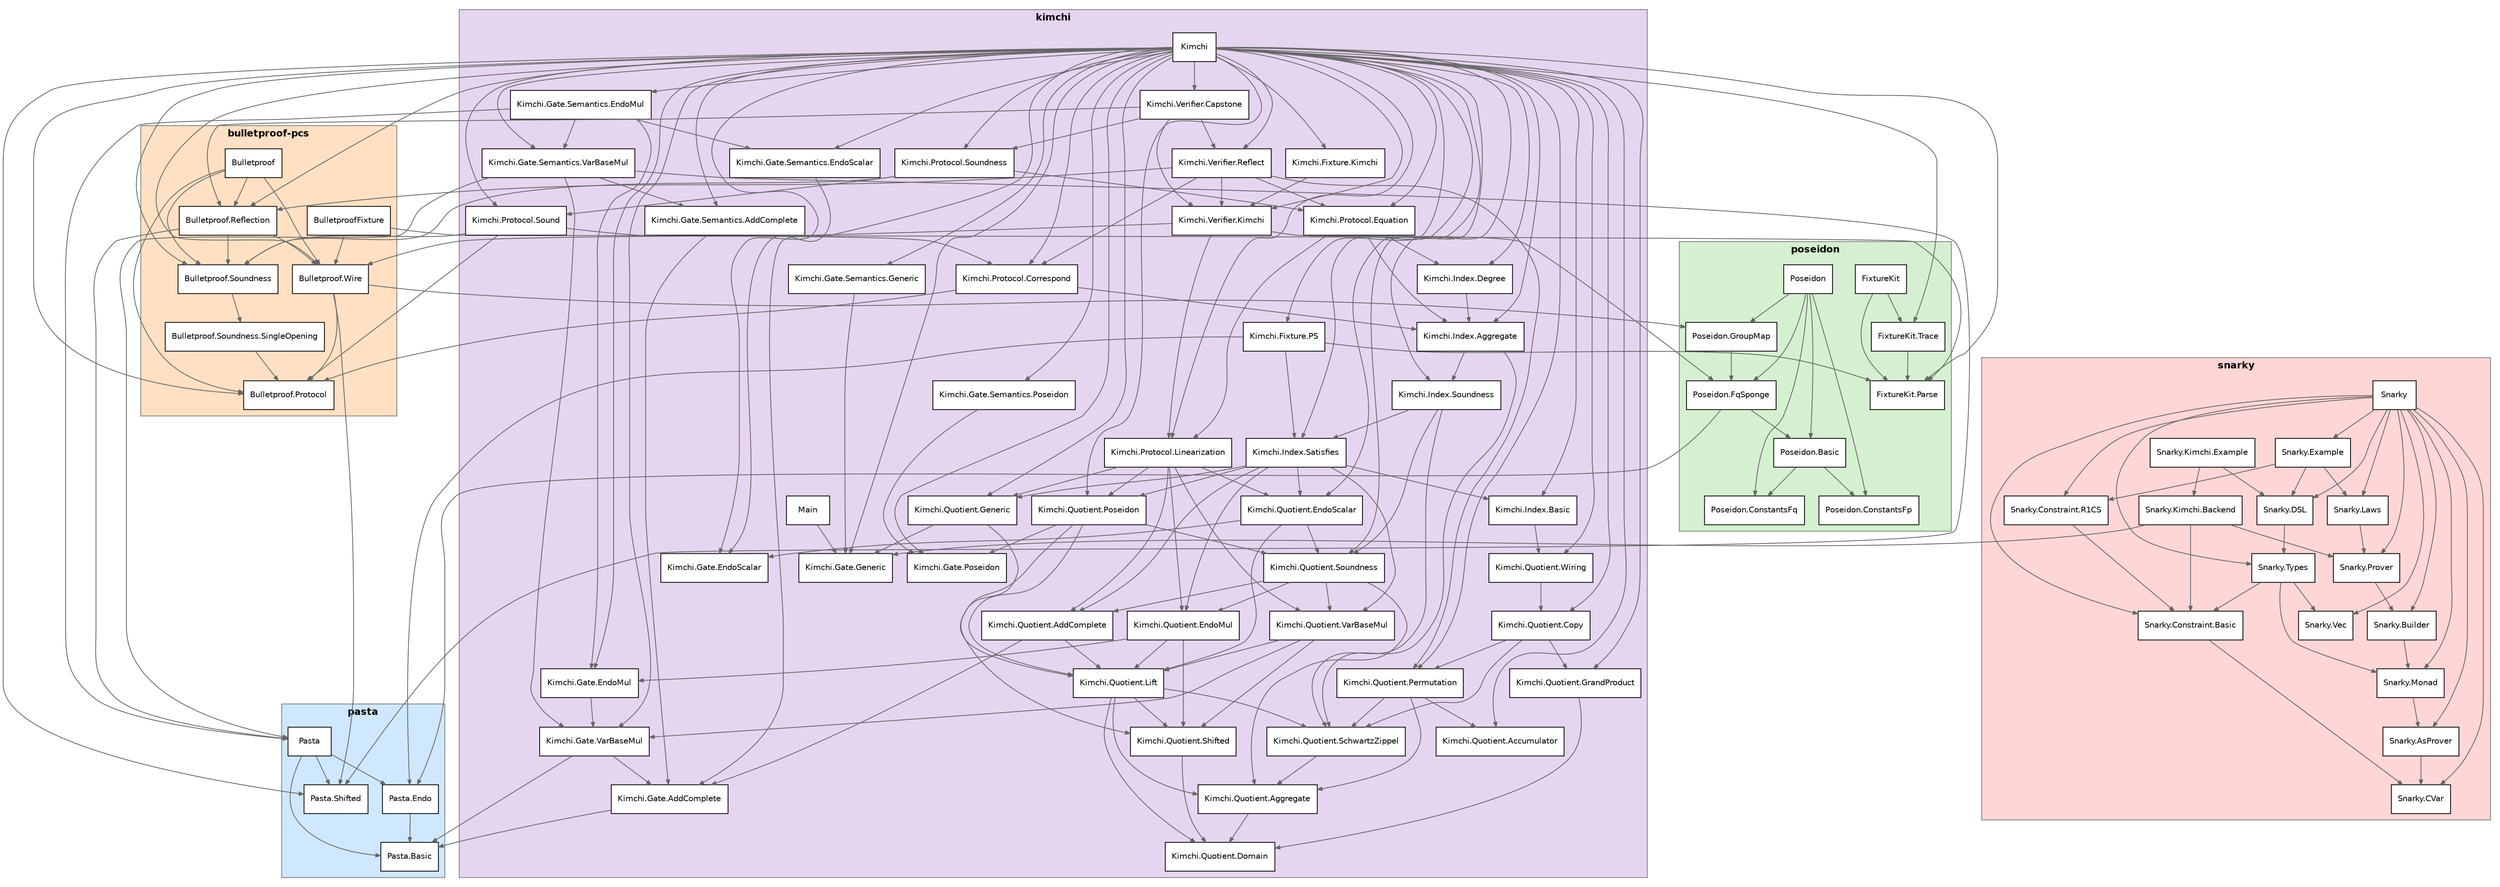
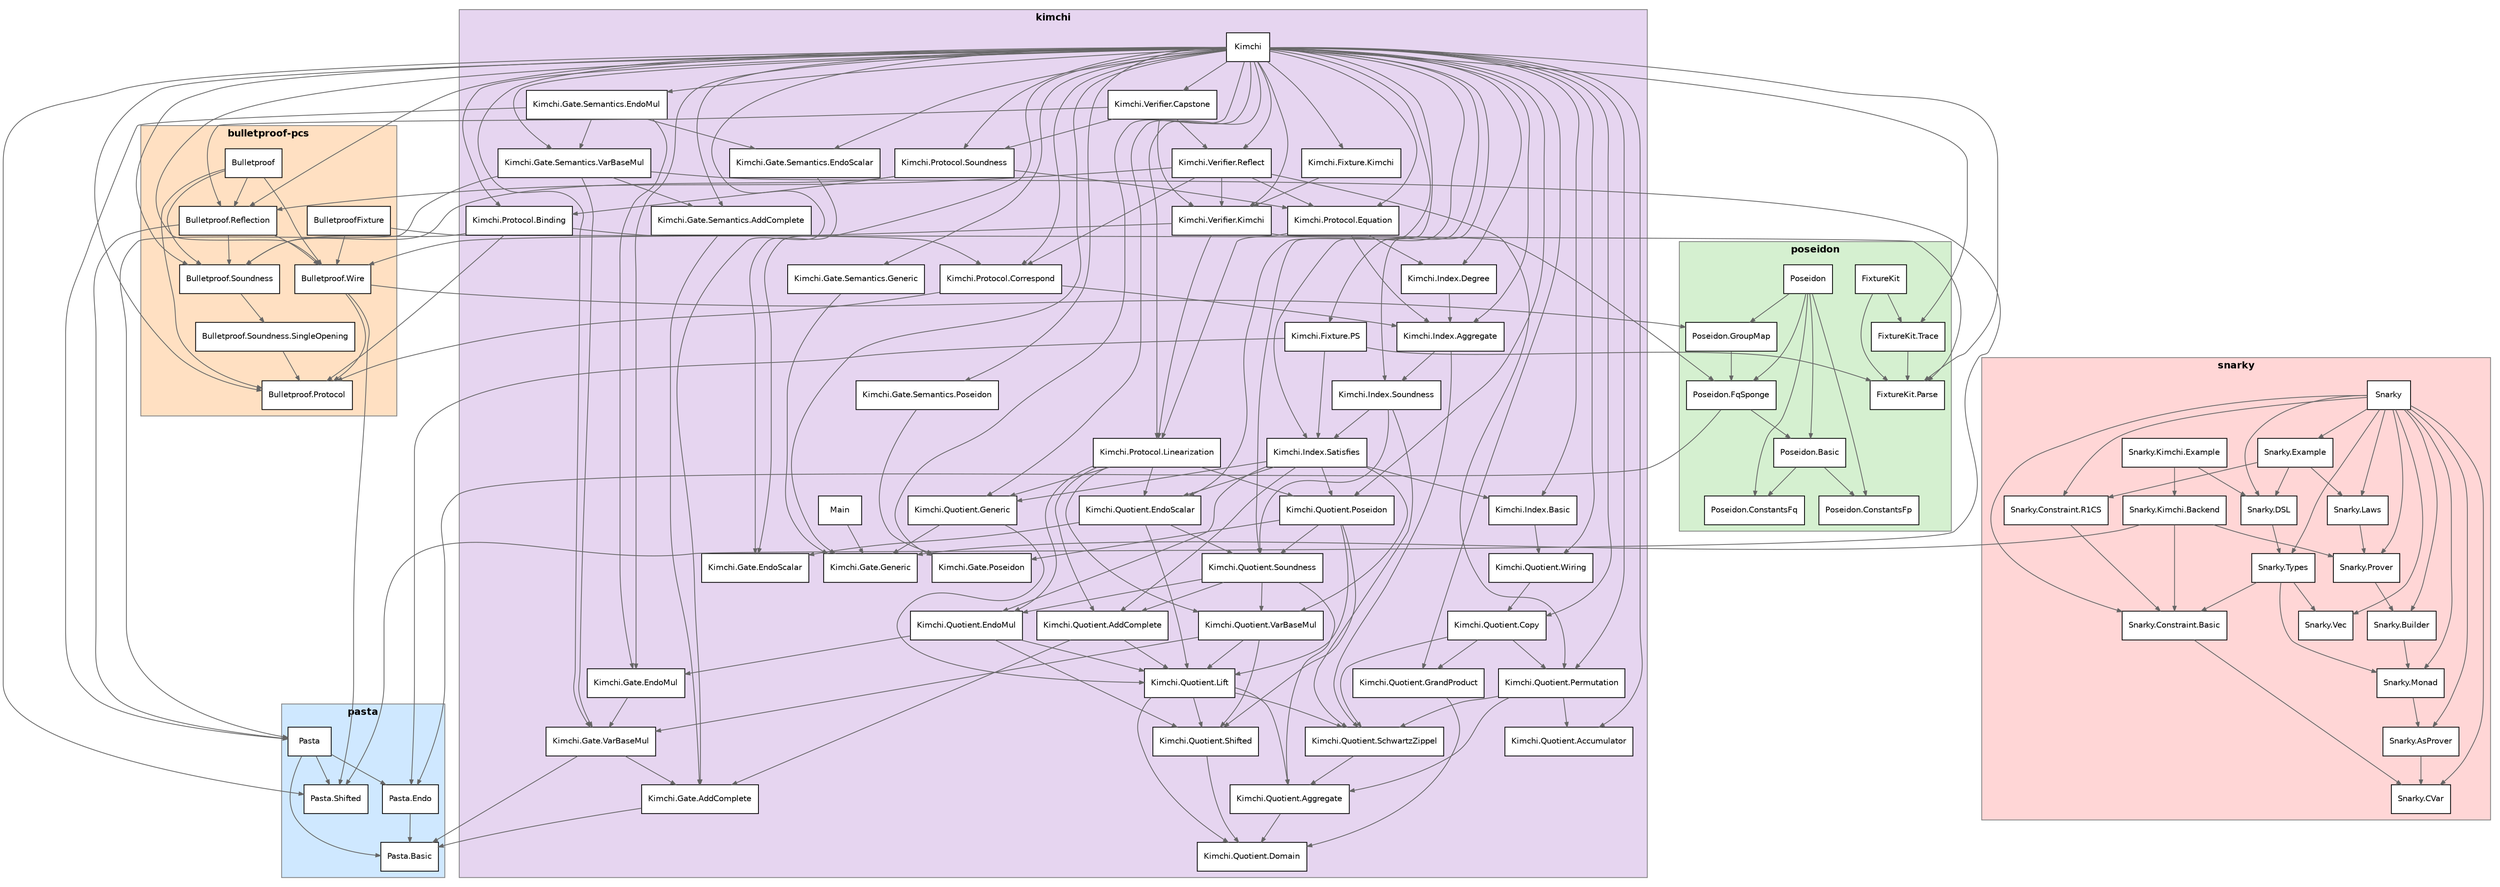
digraph "formal-modules" {
  rankdir=TB;
  node [shape=box, style=filled, fillcolor=white, fontsize=10, fontname="Helvetica"];
  edge [color=gray40, arrowsize=0.6];
  subgraph "cluster_pasta" {
    label="pasta"; style=filled; fillcolor="#cfe8ff";
    color=gray50; fontsize=12; fontname="Helvetica-Bold";
    "Pasta.Basic";
    "Pasta.Endo";
    "Pasta";
    "Pasta.Shifted";
  }
  subgraph "cluster_poseidon" {
    label="poseidon"; style=filled; fillcolor="#d5f0d0";
    color=gray50; fontsize=12; fontname="Helvetica-Bold";
    "FixtureKit";
    "FixtureKit.Parse";
    "FixtureKit.Trace";
    "Poseidon.Basic";
    "Poseidon.ConstantsFp";
    "Poseidon.ConstantsFq";
    "Poseidon.FqSponge";
    "Poseidon.GroupMap";
    "Poseidon";
  }
  subgraph "cluster_bulletproof-pcs" {
    label="bulletproof-pcs"; style=filled; fillcolor="#ffe0c2";
    color=gray50; fontsize=12; fontname="Helvetica-Bold";
    "BulletproofFixture";
    "Bulletproof";
    "Bulletproof.Protocol";
    "Bulletproof.Reflection";
    "Bulletproof.Soundness";
    "Bulletproof.Soundness.SingleOpening";
    "Bulletproof.Wire";
  }
  subgraph "cluster_kimchi" {
    label="kimchi"; style=filled; fillcolor="#e6d5f0";
    color=gray50; fontsize=12; fontname="Helvetica-Bold";
    "Kimchi.Fixture.Kimchi";
    "Kimchi.Fixture.PS";
    "Kimchi.Gate.AddComplete";
    "Kimchi.Gate.EndoMul";
    "Kimchi.Gate.EndoScalar";
    "Kimchi.Gate.Generic";
    "Kimchi.Gate.Poseidon";
    "Kimchi.Gate.Semantics.AddComplete";
    "Kimchi.Gate.Semantics.EndoMul";
    "Kimchi.Gate.Semantics.EndoScalar";
    "Kimchi.Gate.Semantics.Generic";
    "Kimchi.Gate.Semantics.Poseidon";
    "Kimchi.Gate.Semantics.VarBaseMul";
    "Kimchi.Gate.VarBaseMul";
    "Kimchi.Index.Aggregate";
    "Kimchi.Index.Basic";
    "Kimchi.Index.Degree";
    "Kimchi.Index.Satisfies";
    "Kimchi.Index.Soundness";
    "Kimchi";
+     "Kimchi.Protocol.Binding";
    "Kimchi.Protocol.Correspond";
    "Kimchi.Protocol.Equation";
    "Kimchi.Protocol.Linearization";
-     "Kimchi.Protocol.Sound";
    "Kimchi.Protocol.Soundness";
    "Kimchi.Quotient.Accumulator";
    "Kimchi.Quotient.AddComplete";
    "Kimchi.Quotient.Aggregate";
    "Kimchi.Quotient.Copy";
    "Kimchi.Quotient.Domain";
    "Kimchi.Quotient.EndoMul";
    "Kimchi.Quotient.EndoScalar";
    "Kimchi.Quotient.Generic";
    "Kimchi.Quotient.GrandProduct";
    "Kimchi.Quotient.Lift";
    "Kimchi.Quotient.Permutation";
    "Kimchi.Quotient.Poseidon";
    "Kimchi.Quotient.SchwartzZippel";
    "Kimchi.Quotient.Shifted";
    "Kimchi.Quotient.Soundness";
    "Kimchi.Quotient.VarBaseMul";
    "Kimchi.Quotient.Wiring";
    "Kimchi.Verifier.Capstone";
    "Kimchi.Verifier.Kimchi";
    "Kimchi.Verifier.Reflect";
    "Main";
  }
  subgraph "cluster_snarky" {
    label="snarky"; style=filled; fillcolor="#ffd6d6";
    color=gray50; fontsize=12; fontname="Helvetica-Bold";
    "Snarky.AsProver";
    "Snarky.Builder";
    "Snarky.Constraint.Basic";
    "Snarky.Constraint.R1CS";
    "Snarky.CVar";
    "Snarky.DSL";
    "Snarky.Example";
    "Snarky.Kimchi.Backend";
    "Snarky.Kimchi.Example";
    "Snarky.Laws";
    "Snarky";
    "Snarky.Monad";
    "Snarky.Prover";
    "Snarky.Types";
    "Snarky.Vec";
  }
  "Pasta.Endo" -> "Pasta.Basic";
  "Pasta" -> "Pasta.Basic";
  "Pasta" -> "Pasta.Endo";
  "Pasta" -> "Pasta.Shifted";
  "FixtureKit" -> "FixtureKit.Parse";
  "FixtureKit" -> "FixtureKit.Trace";
  "FixtureKit.Trace" -> "FixtureKit.Parse";
  "Poseidon.Basic" -> "Poseidon.ConstantsFq";
  "Poseidon.Basic" -> "Poseidon.ConstantsFp";
  "Poseidon.FqSponge" -> "Poseidon.Basic";
  "Poseidon.FqSponge" -> "Pasta.Endo";
  "Poseidon.GroupMap" -> "Poseidon.FqSponge";
  "Poseidon" -> "Poseidon.ConstantsFp";
  "Poseidon" -> "Poseidon.ConstantsFq";
  "Poseidon" -> "Poseidon.Basic";
  "Poseidon" -> "Poseidon.FqSponge";
  "Poseidon" -> "Poseidon.GroupMap";
  "BulletproofFixture" -> "Bulletproof.Wire";
  "BulletproofFixture" -> "FixtureKit.Parse";
  "Bulletproof" -> "Bulletproof.Protocol";
  "Bulletproof" -> "Bulletproof.Wire";
  "Bulletproof" -> "Bulletproof.Soundness";
  "Bulletproof" -> "Bulletproof.Reflection";
  "Bulletproof.Reflection" -> "Bulletproof.Wire";
  "Bulletproof.Reflection" -> "Bulletproof.Soundness";
  "Bulletproof.Reflection" -> "Pasta";
  "Bulletproof.Soundness" -> "Bulletproof.Soundness.SingleOpening";
  "Bulletproof.Soundness.SingleOpening" -> "Bulletproof.Protocol";
  "Bulletproof.Wire" -> "Pasta.Shifted";
  "Bulletproof.Wire" -> "Poseidon.GroupMap";
  "Bulletproof.Wire" -> "Bulletproof.Protocol";
  "Kimchi.Fixture.Kimchi" -> "Kimchi.Verifier.Kimchi";
  "Kimchi.Fixture.PS" -> "Kimchi.Index.Satisfies";
  "Kimchi.Fixture.PS" -> "FixtureKit.Parse";
  "Kimchi.Fixture.PS" -> "Pasta.Endo";
  "Kimchi.Gate.AddComplete" -> "Pasta.Basic";
  "Kimchi.Gate.EndoMul" -> "Kimchi.Gate.VarBaseMul";
  "Kimchi.Gate.Semantics.AddComplete" -> "Kimchi.Gate.AddComplete";
  "Kimchi.Gate.Semantics.EndoMul" -> "Kimchi.Gate.EndoMul";
  "Kimchi.Gate.Semantics.EndoMul" -> "Kimchi.Gate.Semantics.VarBaseMul";
  "Kimchi.Gate.Semantics.EndoMul" -> "Kimchi.Gate.Semantics.EndoScalar";
  "Kimchi.Gate.Semantics.EndoMul" -> "Pasta";
  "Kimchi.Gate.Semantics.EndoScalar" -> "Kimchi.Gate.EndoScalar";
  "Kimchi.Gate.Semantics.Generic" -> "Kimchi.Gate.Generic";
  "Kimchi.Gate.Semantics.Poseidon" -> "Kimchi.Gate.Poseidon";
  "Kimchi.Gate.Semantics.VarBaseMul" -> "Kimchi.Gate.VarBaseMul";
  "Kimchi.Gate.Semantics.VarBaseMul" -> "Kimchi.Gate.Semantics.AddComplete";
  "Kimchi.Gate.Semantics.VarBaseMul" -> "Pasta";
  "Kimchi.Gate.Semantics.VarBaseMul" -> "Pasta.Shifted";
  "Kimchi.Gate.VarBaseMul" -> "Pasta.Basic";
  "Kimchi.Gate.VarBaseMul" -> "Kimchi.Gate.AddComplete";
  "Kimchi.Index.Aggregate" -> "Kimchi.Index.Soundness";
  "Kimchi.Index.Aggregate" -> "Kimchi.Quotient.SchwartzZippel";
  "Kimchi.Index.Basic" -> "Kimchi.Quotient.Wiring";
  "Kimchi.Index.Degree" -> "Kimchi.Index.Aggregate";
  "Kimchi.Index.Satisfies" -> "Kimchi.Index.Basic";
  "Kimchi.Index.Satisfies" -> "Kimchi.Quotient.Generic";
  "Kimchi.Index.Satisfies" -> "Kimchi.Quotient.Poseidon";
  "Kimchi.Index.Satisfies" -> "Kimchi.Quotient.AddComplete";
  "Kimchi.Index.Satisfies" -> "Kimchi.Quotient.VarBaseMul";
  "Kimchi.Index.Satisfies" -> "Kimchi.Quotient.EndoMul";
  "Kimchi.Index.Satisfies" -> "Kimchi.Quotient.EndoScalar";
  "Kimchi.Index.Soundness" -> "Kimchi.Index.Satisfies";
  "Kimchi.Index.Soundness" -> "Kimchi.Quotient.Soundness";
  "Kimchi.Index.Soundness" -> "Kimchi.Quotient.SchwartzZippel";
  "Kimchi" -> "Pasta.Shifted";
  "Kimchi" -> "Kimchi.Gate.Generic";
  "Kimchi" -> "Kimchi.Gate.AddComplete";
  "Kimchi" -> "Kimchi.Gate.VarBaseMul";
  "Kimchi" -> "Kimchi.Gate.EndoScalar";
  "Kimchi" -> "Kimchi.Gate.EndoMul";
  "Kimchi" -> "Kimchi.Gate.Poseidon";
  "Kimchi" -> "Kimchi.Gate.Semantics.Generic";
  "Kimchi" -> "Kimchi.Gate.Semantics.AddComplete";
  "Kimchi" -> "Kimchi.Gate.Semantics.VarBaseMul";
  "Kimchi" -> "Kimchi.Gate.Semantics.EndoScalar";
  "Kimchi" -> "Kimchi.Gate.Semantics.EndoMul";
  "Kimchi" -> "Kimchi.Gate.Semantics.Poseidon";
  "Kimchi" -> "Bulletproof.Protocol";
  "Kimchi" -> "Bulletproof.Soundness";
  "Kimchi" -> "Kimchi.Quotient.Generic";
  "Kimchi" -> "Kimchi.Quotient.EndoScalar";
  "Kimchi" -> "Kimchi.Quotient.Poseidon";
  "Kimchi" -> "Kimchi.Quotient.Accumulator";
  "Kimchi" -> "Kimchi.Quotient.Copy";
  "Kimchi" -> "Kimchi.Index.Basic";
  "Kimchi" -> "Kimchi.Index.Satisfies";
  "Kimchi" -> "Kimchi.Index.Aggregate";
  "Kimchi" -> "Kimchi.Index.Degree";
  "Kimchi" -> "Kimchi.Index.Soundness";
  "Kimchi" -> "Kimchi.Quotient.Wiring";
  "Kimchi" -> "Kimchi.Quotient.Permutation";
  "Kimchi" -> "Kimchi.Quotient.GrandProduct";
  "Kimchi" -> "Kimchi.Quotient.Soundness";
  "Kimchi" -> "Kimchi.Fixture.Kimchi";
  "Kimchi" -> "Kimchi.Fixture.PS";
  "Kimchi" -> "FixtureKit.Parse";
  "Kimchi" -> "FixtureKit.Trace";
  "Kimchi" -> "Bulletproof.Wire";
  "Kimchi" -> "Kimchi.Protocol.Linearization";
  "Kimchi" -> "Kimchi.Protocol.Equation";
  "Kimchi" -> "Kimchi.Protocol.Correspond";
-   "Kimchi" -> "Kimchi.Protocol.Sound";
+   "Kimchi" -> "Kimchi.Protocol.Binding";
  "Kimchi" -> "Kimchi.Protocol.Soundness";
  "Kimchi" -> "Bulletproof.Reflection";
  "Kimchi" -> "Kimchi.Verifier.Kimchi";
  "Kimchi" -> "Kimchi.Verifier.Reflect";
  "Kimchi" -> "Kimchi.Verifier.Capstone";
+   "Kimchi.Protocol.Binding" -> "Bulletproof.Protocol";
+   "Kimchi.Protocol.Binding" -> "Bulletproof.Soundness";
+   "Kimchi.Protocol.Binding" -> "Kimchi.Protocol.Correspond";
  "Kimchi.Protocol.Correspond" -> "Kimchi.Index.Aggregate";
  "Kimchi.Protocol.Correspond" -> "Bulletproof.Protocol";
  "Kimchi.Protocol.Equation" -> "Kimchi.Protocol.Linearization";
  "Kimchi.Protocol.Equation" -> "Kimchi.Index.Aggregate";
  "Kimchi.Protocol.Equation" -> "Kimchi.Index.Degree";
  "Kimchi.Protocol.Linearization" -> "Kimchi.Quotient.Generic";
  "Kimchi.Protocol.Linearization" -> "Kimchi.Quotient.Poseidon";
  "Kimchi.Protocol.Linearization" -> "Kimchi.Quotient.AddComplete";
  "Kimchi.Protocol.Linearization" -> "Kimchi.Quotient.VarBaseMul";
  "Kimchi.Protocol.Linearization" -> "Kimchi.Quotient.EndoMul";
  "Kimchi.Protocol.Linearization" -> "Kimchi.Quotient.EndoScalar";
-   "Kimchi.Protocol.Sound" -> "Bulletproof.Protocol";
-   "Kimchi.Protocol.Sound" -> "Bulletproof.Soundness";
-   "Kimchi.Protocol.Sound" -> "Kimchi.Protocol.Correspond";
  "Kimchi.Protocol.Soundness" -> "Bulletproof.Soundness";
-   "Kimchi.Protocol.Soundness" -> "Kimchi.Protocol.Sound";
+   "Kimchi.Protocol.Soundness" -> "Kimchi.Protocol.Binding";
  "Kimchi.Protocol.Soundness" -> "Kimchi.Protocol.Equation";
  "Kimchi.Quotient.AddComplete" -> "Kimchi.Quotient.Lift";
  "Kimchi.Quotient.AddComplete" -> "Kimchi.Gate.AddComplete";
  "Kimchi.Quotient.Aggregate" -> "Kimchi.Quotient.Domain";
  "Kimchi.Quotient.Copy" -> "Kimchi.Quotient.GrandProduct";
  "Kimchi.Quotient.Copy" -> "Kimchi.Quotient.Permutation";
  "Kimchi.Quotient.Copy" -> "Kimchi.Quotient.SchwartzZippel";
  "Kimchi.Quotient.EndoMul" -> "Kimchi.Quotient.Lift";
  "Kimchi.Quotient.EndoMul" -> "Kimchi.Quotient.Shifted";
  "Kimchi.Quotient.EndoMul" -> "Kimchi.Gate.EndoMul";
  "Kimchi.Quotient.EndoScalar" -> "Kimchi.Quotient.Lift";
  "Kimchi.Quotient.EndoScalar" -> "Kimchi.Quotient.Soundness";
  "Kimchi.Quotient.EndoScalar" -> "Kimchi.Gate.EndoScalar";
  "Kimchi.Quotient.Generic" -> "Kimchi.Quotient.Lift";
  "Kimchi.Quotient.Generic" -> "Kimchi.Gate.Generic";
  "Kimchi.Quotient.GrandProduct" -> "Kimchi.Quotient.Domain";
  "Kimchi.Quotient.Lift" -> "Kimchi.Quotient.Domain";
  "Kimchi.Quotient.Lift" -> "Kimchi.Quotient.Shifted";
  "Kimchi.Quotient.Lift" -> "Kimchi.Quotient.Aggregate";
  "Kimchi.Quotient.Lift" -> "Kimchi.Quotient.SchwartzZippel";
  "Kimchi.Quotient.Permutation" -> "Kimchi.Quotient.Accumulator";
  "Kimchi.Quotient.Permutation" -> "Kimchi.Quotient.Aggregate";
  "Kimchi.Quotient.Permutation" -> "Kimchi.Quotient.SchwartzZippel";
  "Kimchi.Quotient.Poseidon" -> "Kimchi.Quotient.Lift";
  "Kimchi.Quotient.Poseidon" -> "Kimchi.Quotient.Shifted";
  "Kimchi.Quotient.Poseidon" -> "Kimchi.Quotient.Soundness";
  "Kimchi.Quotient.Poseidon" -> "Kimchi.Gate.Poseidon";
  "Kimchi.Quotient.SchwartzZippel" -> "Kimchi.Quotient.Aggregate";
  "Kimchi.Quotient.Shifted" -> "Kimchi.Quotient.Domain";
  "Kimchi.Quotient.Soundness" -> "Kimchi.Quotient.Aggregate";
  "Kimchi.Quotient.Soundness" -> "Kimchi.Quotient.AddComplete";
  "Kimchi.Quotient.Soundness" -> "Kimchi.Quotient.VarBaseMul";
  "Kimchi.Quotient.Soundness" -> "Kimchi.Quotient.EndoMul";
  "Kimchi.Quotient.VarBaseMul" -> "Kimchi.Quotient.Lift";
  "Kimchi.Quotient.VarBaseMul" -> "Kimchi.Quotient.Shifted";
  "Kimchi.Quotient.VarBaseMul" -> "Kimchi.Gate.VarBaseMul";
  "Kimchi.Quotient.Wiring" -> "Kimchi.Quotient.Copy";
  "Kimchi.Verifier.Capstone" -> "Kimchi.Protocol.Soundness";
  "Kimchi.Verifier.Capstone" -> "Kimchi.Verifier.Kimchi";
  "Kimchi.Verifier.Capstone" -> "Bulletproof.Reflection";
  "Kimchi.Verifier.Capstone" -> "Kimchi.Verifier.Reflect";
  "Kimchi.Verifier.Kimchi" -> "Bulletproof.Wire";
  "Kimchi.Verifier.Kimchi" -> "Kimchi.Protocol.Linearization";
  "Kimchi.Verifier.Kimchi" -> "Poseidon.FqSponge";
  "Kimchi.Verifier.Reflect" -> "Kimchi.Verifier.Kimchi";
  "Kimchi.Verifier.Reflect" -> "Bulletproof.Reflection";
  "Kimchi.Verifier.Reflect" -> "Kimchi.Protocol.Correspond";
  "Kimchi.Verifier.Reflect" -> "Kimchi.Protocol.Equation";
  "Kimchi.Verifier.Reflect" -> "Kimchi.Quotient.Permutation";
  "Main" -> "Kimchi.Gate.Generic";
  "Snarky.AsProver" -> "Snarky.CVar";
  "Snarky.Builder" -> "Snarky.Monad";
  "Snarky.Constraint.Basic" -> "Snarky.CVar";
  "Snarky.Constraint.R1CS" -> "Snarky.Constraint.Basic";
  "Snarky.DSL" -> "Snarky.Types";
  "Snarky.Example" -> "Snarky.DSL";
  "Snarky.Example" -> "Snarky.Constraint.R1CS";
  "Snarky.Example" -> "Snarky.Laws";
  "Snarky.Kimchi.Backend" -> "Snarky.Constraint.Basic";
  "Snarky.Kimchi.Backend" -> "Snarky.Prover";
  "Snarky.Kimchi.Backend" -> "Kimchi.Gate.Generic";
  "Snarky.Kimchi.Example" -> "Snarky.Kimchi.Backend";
  "Snarky.Kimchi.Example" -> "Snarky.DSL";
  "Snarky.Laws" -> "Snarky.Prover";
  "Snarky" -> "Snarky.CVar";
  "Snarky" -> "Snarky.AsProver";
  "Snarky" -> "Snarky.Monad";
  "Snarky" -> "Snarky.Builder";
  "Snarky" -> "Snarky.Prover";
  "Snarky" -> "Snarky.Vec";
  "Snarky" -> "Snarky.Constraint.Basic";
  "Snarky" -> "Snarky.Constraint.R1CS";
  "Snarky" -> "Snarky.Types";
  "Snarky" -> "Snarky.DSL";
  "Snarky" -> "Snarky.Laws";
  "Snarky" -> "Snarky.Example";
  "Snarky.Monad" -> "Snarky.AsProver";
  "Snarky.Prover" -> "Snarky.Builder";
  "Snarky.Types" -> "Snarky.Monad";
  "Snarky.Types" -> "Snarky.Vec";
  "Snarky.Types" -> "Snarky.Constraint.Basic";
}
